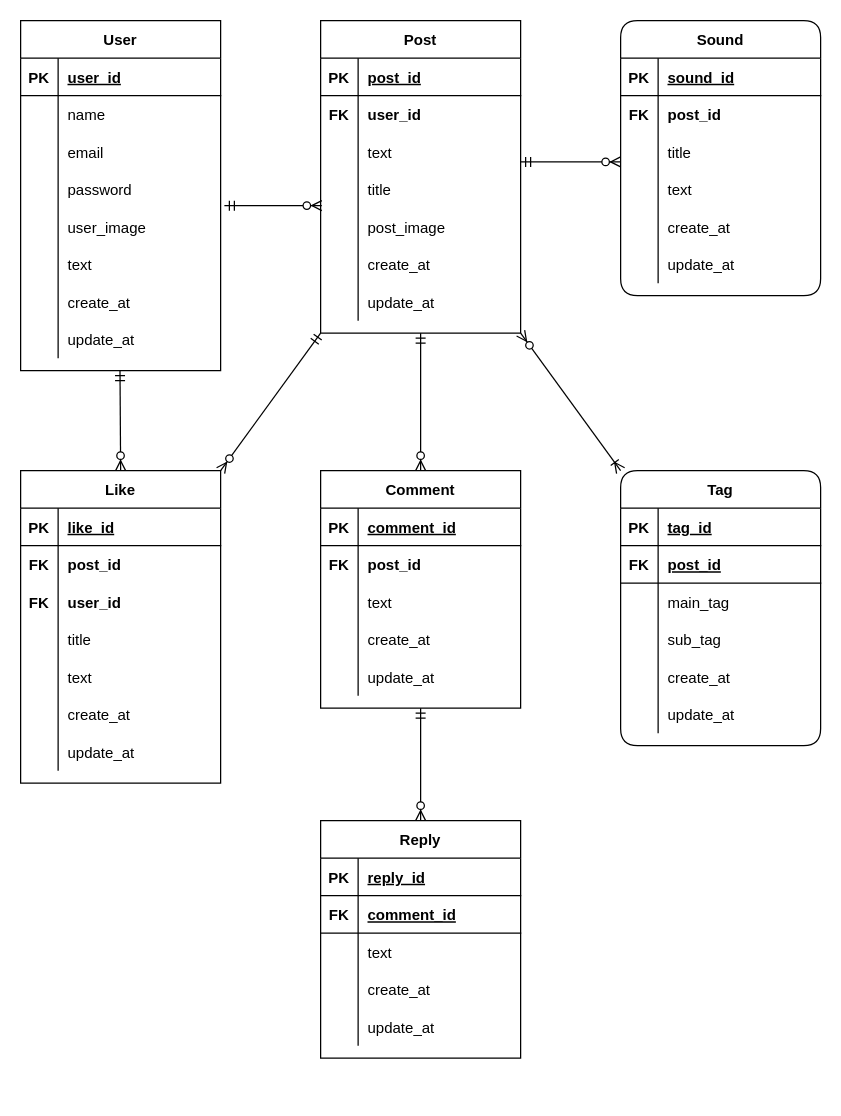
The draw.io diagram page "ページ3" (3 of 3) of portfolio.drawio in ueki397/test, before the edit. Source tidied: cells renumbered, new cells numbered last; positions are measured from the earlier drawing's top-left corner, leaving out a move shared by most shapes. Both pictures are drawn from the tidied source at 125%, with x=0, y=0 at pixel (20, 20).
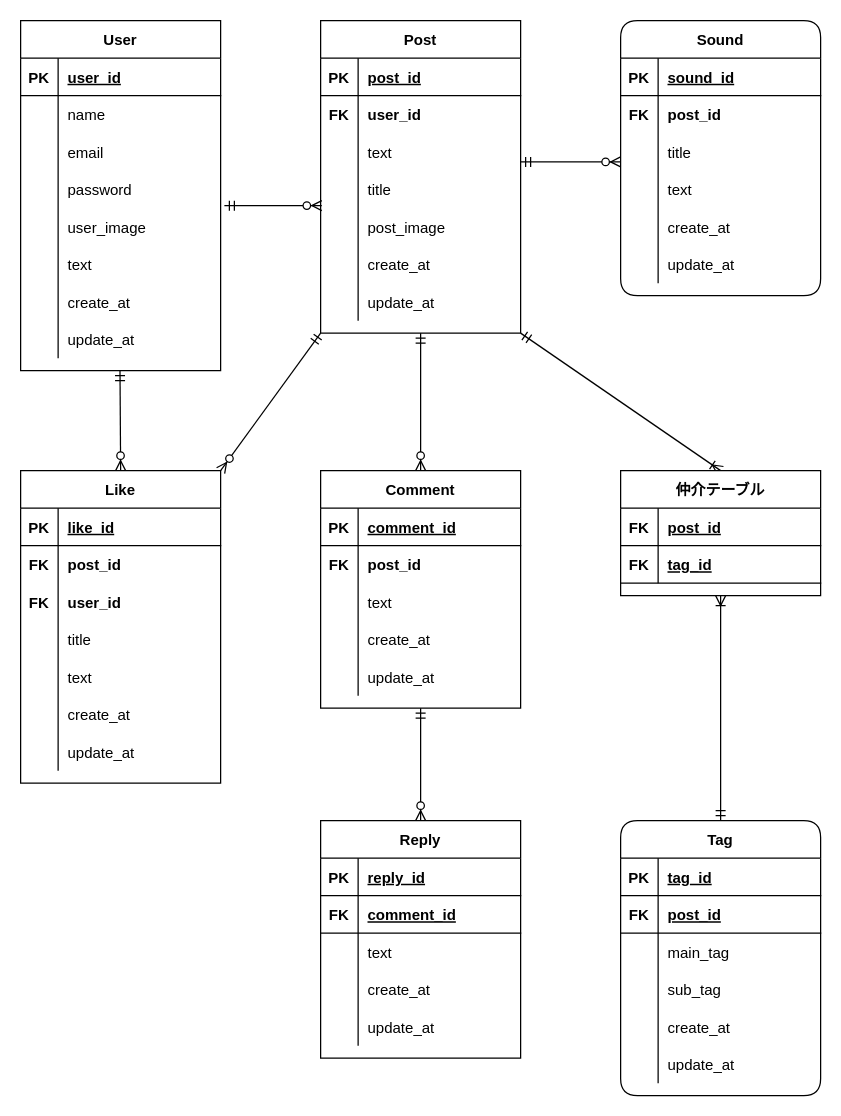
The same page after the edit.

The change refers to these unchanged cells:
```xml
<mxCell id="27" value="Post" style="shape=table;startSize=30;childLayout=tableLayout;rowLines=0;fontStyle=1;align=center;" parent="1" vertex="1">
  <mxGeometry x="240" width="160" height="250" as="geometry" />
</mxCell>
```

Diff of the diagram source:
```diff
@@
     <mxCell id="68" value="Tag" style="shape=table;startSize=30;childLayout=tableLayout;rowLines=0;fontStyle=1;align=center;rounded=1;" parent="1" vertex="1">
-      <mxGeometry x="480" y="360" width="160" height="220" as="geometry" />
+      <mxGeometry x="480" y="640" width="160" height="220" as="geometry" />
     </mxCell>
@@
-    <mxCell id="146" style="fontSize=12;html=1;endArrow=ERoneToMany;startArrow=ERzeroToMany;exitX=1;exitY=1;exitDx=0;exitDy=0;rounded=1;jumpStyle=none;sketch=0;entryX=0;entryY=0;entryDx=0;entryDy=0;endFill=0;startFill=1;" parent="1" edge="1" source="27" target="68">
+    <mxCell id="146" style="fontSize=12;html=1;endArrow=ERoneToMany;startArrow=ERmandOne;exitX=1;exitY=1;exitDx=0;exitDy=0;rounded=1;jumpStyle=none;sketch=0;entryX=0.5;entryY=0;entryDx=0;entryDy=0;endFill=0;startFill=0;" parent="1" edge="1" source="27" target="148">
       <mxGeometry relative="1" as="geometry" />
     </mxCell>
@@
+    <mxCell id="148" value="仲介テーブル" style="shape=table;startSize=30;childLayout=tableLayout;rowLines=0;fontStyle=1;align=center;rounded=0;" parent="1" vertex="1">
+      <mxGeometry x="480" y="360" width="160" height="100" as="geometry" />
+    </mxCell>
+    <mxCell id="149" style="shape=partialRectangle;fillColor=none;top=0;left=0;bottom=1;right=0;" parent="148" vertex="1">
+      <mxGeometry y="30" width="160" height="30" as="geometry" />
+    </mxCell>
+    <mxCell id="150" value="FK" style="shape=partialRectangle;fillColor=none;top=0;left=0;bottom=0;right=0;fontStyle=1;overflow=hidden;" parent="149" vertex="1">
+      <mxGeometry width="30" height="30" as="geometry" />
+    </mxCell>
+    <mxCell id="151" value="post_id" style="shape=partialRectangle;fillColor=none;top=0;left=0;bottom=0;right=0;align=left;spacingLeft=6;fontStyle=5;overflow=hidden;" parent="149" vertex="1">
+      <mxGeometry x="30" width="130" height="30" as="geometry" />
+    </mxCell>
+    <mxCell id="152" style="shape=partialRectangle;fillColor=none;top=0;left=0;bottom=1;right=0;" parent="148" vertex="1">
+      <mxGeometry y="60" width="160" height="30" as="geometry" />
+    </mxCell>
+    <mxCell id="153" value="FK" style="shape=partialRectangle;fillColor=none;top=0;left=0;bottom=0;right=0;fontStyle=1;overflow=hidden;" parent="152" vertex="1">
+      <mxGeometry width="30" height="30" as="geometry" />
+    </mxCell>
+    <mxCell id="154" value="tag_id" style="shape=partialRectangle;fillColor=none;top=0;left=0;bottom=0;right=0;align=left;spacingLeft=6;fontStyle=5;overflow=hidden;" parent="152" vertex="1">
+      <mxGeometry x="30" width="130" height="30" as="geometry" />
+    </mxCell>
+    <mxCell id="155" style="fontSize=12;html=1;endArrow=ERoneToMany;startArrow=ERmandOne;exitX=0.5;exitY=0;exitDx=0;exitDy=0;rounded=1;jumpStyle=none;sketch=0;entryX=0.5;entryY=1;entryDx=0;entryDy=0;endFill=0;startFill=0;" parent="1" edge="1" source="68" target="148">
+      <mxGeometry relative="1" as="geometry" />
+    </mxCell>
```
